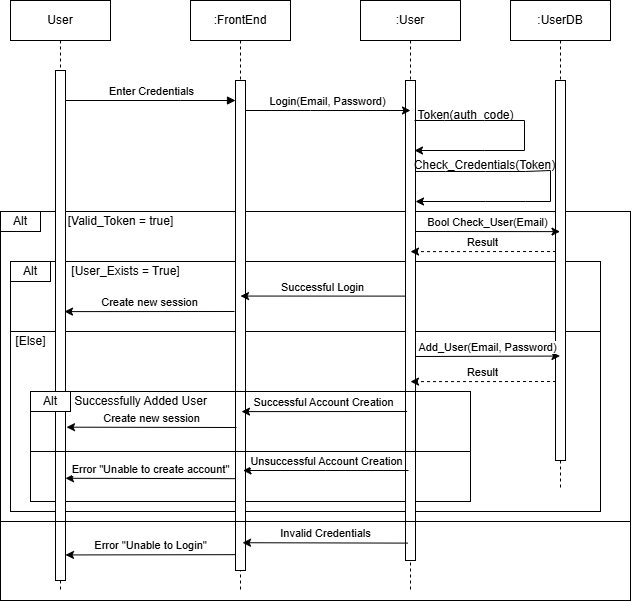
This is documentation/images/login_jog.drawio.png from TrailBlazersInc/TrailBlazers, a draw.io export, as it was before one commit. Source tidied: cells renumbered, new cells last; positions are measured from the earlier drawing's top-left corner, leaving out a move shared by most shapes.
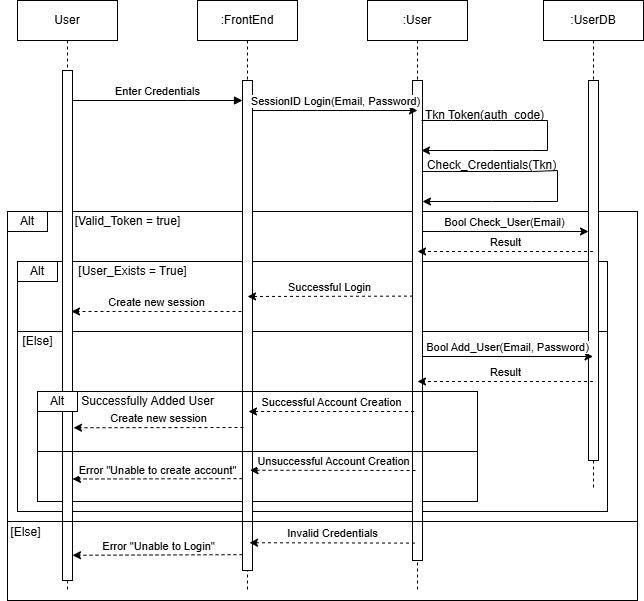
After the change.

Commit message:
Edited User Auth sequence diagrams

Diff of the diagram source:
```diff
@@ -40,7 +40,7 @@
     <mxCell id="12" style="html=1;perimeter=orthogonalPerimeter;targetShapes=umlLifeline;newEdgeStyle={&quot;edgeStyle&quot;:&quot;elbowEdgeStyle&quot;,&quot;elbow&quot;:&quot;vertical&quot;,&quot;curved&quot;:0,&quot;rounded&quot;:0};" parent="11" vertex="1">
       <mxGeometry x="45" y="80" width="10" height="480" as="geometry" />
     </mxCell>
-    <mxCell id="13" value="Login(Email, Password)" style="edgeStyle=elbowEdgeStyle;rounded=0;jettySize=auto;html=1;elbow=horizontal;curved=0;verticalAlign=bottom;" parent="1" edge="1" source="9">
+    <mxCell id="13" value="SessionID Login(Email, Password)" style="edgeStyle=elbowEdgeStyle;rounded=0;jettySize=auto;html=1;elbow=horizontal;curved=0;verticalAlign=bottom;" parent="1" edge="1" source="9">
       <mxGeometry relative="1" as="geometry">
         <mxPoint x="410" y="110" as="targetPoint" />
         <Array as="points">
@@ -49,39 +49,38 @@
       </mxGeometry>
     </mxCell>
     <mxCell id="14" value=":UserDB" style="shape=umlLifeline;perimeter=lifelinePerimeter;whiteSpace=wrap;html=1;outlineConnect=0;portConstraint=eastwest;newEdgeStyle={&quot;edgeStyle&quot;:&quot;elbowEdgeStyle&quot;,&quot;elbow&quot;:&quot;vertical&quot;,&quot;curved&quot;:0,&quot;rounded&quot;:0};" parent="1" vertex="1">
-      <mxGeometry x="510" width="100" height="490" as="geometry" />
+      <mxGeometry x="536" width="100" height="490" as="geometry" />
     </mxCell>
     <mxCell id="15" style="html=1;points=[];perimeter=orthogonalPerimeter;outlineConnect=0;targetShapes=umlLifeline;portConstraint=eastwest;newEdgeStyle={&quot;edgeStyle&quot;:&quot;elbowEdgeStyle&quot;,&quot;elbow&quot;:&quot;vertical&quot;,&quot;curved&quot;:0,&quot;rounded&quot;:0};" parent="14" vertex="1">
       <mxGeometry x="45" y="80" width="10" height="380" as="geometry" />
     </mxCell>
-    <mxCell id="16" value="Result" style="edgeStyle=elbowEdgeStyle;rounded=0;orthogonalLoop=1;jettySize=auto;html=1;elbow=vertical;curved=0;verticalAlign=bottom;dashed=1;" parent="1" edge="1">
+    <mxCell id="16" value="Result" style="edgeStyle=elbowEdgeStyle;rounded=0;jettySize=auto;html=1;elbow=vertical;curved=0;verticalAlign=bottom;dashed=1;" parent="1" edge="1" source="14">
       <mxGeometry relative="1" as="geometry">
-        <mxPoint x="555.5" y="251" as="sourcePoint" />
         <mxPoint x="410" y="251" as="targetPoint" />
       </mxGeometry>
     </mxCell>
     <mxCell id="17" style="rounded=0;whiteSpace=wrap;html=1;perimeterSpacing=1;gradientColor=none;fillColor=none;" parent="1" vertex="1">
       <mxGeometry x="30" y="391" width="440" height="60" as="geometry" />
     </mxCell>
-    <mxCell id="18" value="Successful Login" style="edgeStyle=elbowEdgeStyle;rounded=0;orthogonalLoop=1;jettySize=auto;html=1;elbow=vertical;curved=0;verticalAlign=bottom;" parent="1" edge="1">
+    <mxCell id="18" value="Successful Login" style="edgeStyle=elbowEdgeStyle;rounded=0;orthogonalLoop=1;jettySize=auto;html=1;elbow=vertical;curved=0;verticalAlign=bottom;dashed=1;" parent="1" edge="1">
       <mxGeometry relative="1" as="geometry">
         <mxPoint x="405.5" y="295.6" as="sourcePoint" />
         <mxPoint x="240" y="295.6" as="targetPoint" />
       </mxGeometry>
     </mxCell>
-    <mxCell id="19" value="Create new session" style="edgeStyle=elbowEdgeStyle;rounded=0;orthogonalLoop=1;jettySize=auto;html=1;elbow=vertical;curved=0;verticalAlign=bottom;" parent="1" edge="1">
+    <mxCell id="19" value="Create new session" style="edgeStyle=elbowEdgeStyle;rounded=0;orthogonalLoop=1;jettySize=auto;html=1;elbow=vertical;curved=0;verticalAlign=bottom;dashed=1;" parent="1" edge="1">
       <mxGeometry relative="1" as="geometry">
         <mxPoint x="234" y="311" as="sourcePoint" />
         <mxPoint x="64" y="311" as="targetPoint" />
       </mxGeometry>
     </mxCell>
-    <mxCell id="20" value="Unsuccessful Account Creation" style="edgeStyle=elbowEdgeStyle;rounded=0;orthogonalLoop=1;jettySize=auto;html=1;elbow=vertical;curved=0;verticalAlign=bottom;" parent="1" edge="1">
+    <mxCell id="20" value="Unsuccessful Account Creation" style="edgeStyle=elbowEdgeStyle;rounded=0;orthogonalLoop=1;jettySize=auto;html=1;elbow=vertical;curved=0;verticalAlign=bottom;dashed=1;" parent="1" edge="1">
       <mxGeometry relative="1" as="geometry">
         <mxPoint x="408" y="470" as="sourcePoint" />
         <mxPoint x="242.5" y="470" as="targetPoint" />
       </mxGeometry>
     </mxCell>
-    <mxCell id="21" value="Error &quot;Unable to create account&quot;" style="edgeStyle=elbowEdgeStyle;rounded=0;orthogonalLoop=1;jettySize=auto;html=1;elbow=vertical;curved=0;verticalAlign=bottom;" parent="1" edge="1">
+    <mxCell id="21" value="Error &quot;Unable to create account&quot;" style="edgeStyle=elbowEdgeStyle;rounded=0;orthogonalLoop=1;jettySize=auto;html=1;elbow=vertical;curved=0;verticalAlign=bottom;dashed=1;" parent="1" edge="1">
       <mxGeometry relative="1" as="geometry">
         <mxPoint x="235" y="478.2" as="sourcePoint" />
         <mxPoint x="65" y="478.2" as="targetPoint" />
@@ -98,21 +97,22 @@
           <mxPoint x="444" y="120" />
           <mxPoint x="484" y="120" />
           <mxPoint x="524" y="120" />
+          <mxPoint x="540" y="120" />
+          <mxPoint x="540" y="150" />
           <mxPoint x="524" y="150" />
           <mxPoint x="484" y="150" />
         </Array>
       </mxGeometry>
     </mxCell>
-    <mxCell id="24" value="Token(auth_code)" style="text;html=1;align=center;verticalAlign=middle;strokeColor=none;fillColor=none;" parent="1" vertex="1">
-      <mxGeometry x="405" y="100" width="120" height="30" as="geometry" />
+    <mxCell id="24" value="Tkn Token(auth_code)" style="text;html=1;align=center;verticalAlign=middle;strokeColor=none;fillColor=none;" parent="1" vertex="1">
+      <mxGeometry x="407" y="100" width="140" height="30" as="geometry" />
     </mxCell>
     <mxCell id="25" value="[User_Exists = True&lt;span style=&quot;background-color: initial;&quot;&gt;]&lt;/span&gt;" style="text;html=1;align=center;verticalAlign=middle;strokeColor=none;fillColor=none;" parent="1" vertex="1">
       <mxGeometry x="60" y="256" width="130" height="30" as="geometry" />
     </mxCell>
-    <mxCell id="26" value="Bool Check_User(Email)" style="edgeStyle=elbowEdgeStyle;rounded=0;orthogonalLoop=1;jettySize=auto;html=1;elbow=vertical;curved=0;verticalAlign=bottom;" parent="1" edge="1">
+    <mxCell id="26" value="Bool Check_User(Email)" style="edgeStyle=elbowEdgeStyle;rounded=0;jettySize=auto;html=1;elbow=vertical;curved=0;verticalAlign=bottom;" parent="1" edge="1" target="15">
       <mxGeometry relative="1" as="geometry">
         <mxPoint x="415" y="231" as="sourcePoint" />
-        <mxPoint x="559.5" y="231" as="targetPoint" />
       </mxGeometry>
     </mxCell>
     <mxCell id="27" value="Alt" style="rounded=0;whiteSpace=wrap;html=1;" parent="1" vertex="1">
@@ -121,25 +121,23 @@
     <mxCell id="28" value="[Else]" style="text;html=1;align=center;verticalAlign=middle;strokeColor=none;fillColor=none;" parent="1" vertex="1">
       <mxGeometry x="5" y="326" width="50" height="30" as="geometry" />
     </mxCell>
-    <mxCell id="29" value="Add_User(Email, Password)" style="edgeStyle=elbowEdgeStyle;rounded=0;orthogonalLoop=1;jettySize=auto;html=1;elbow=vertical;curved=0;verticalAlign=bottom;" parent="1" edge="1">
+    <mxCell id="29" value="Bool Add_User(Email, Password)" style="edgeStyle=elbowEdgeStyle;rounded=0;jettySize=auto;html=1;elbow=vertical;curved=0;verticalAlign=bottom;" parent="1" edge="1" target="14">
       <mxGeometry relative="1" as="geometry">
         <mxPoint x="415" y="356" as="sourcePoint" />
-        <mxPoint x="559.5" y="356" as="targetPoint" />
       </mxGeometry>
     </mxCell>
-    <mxCell id="30" value="Result" style="edgeStyle=elbowEdgeStyle;rounded=0;orthogonalLoop=1;jettySize=auto;html=1;elbow=vertical;curved=0;verticalAlign=bottom;dashed=1;" parent="1" edge="1">
+    <mxCell id="30" value="Result" style="edgeStyle=elbowEdgeStyle;rounded=0;jettySize=auto;html=1;elbow=vertical;curved=0;verticalAlign=bottom;dashed=1;" parent="1" edge="1" source="14">
       <mxGeometry relative="1" as="geometry">
-        <mxPoint x="555.5" y="381" as="sourcePoint" />
         <mxPoint x="410" y="381" as="targetPoint" />
       </mxGeometry>
     </mxCell>
-    <mxCell id="31" value="Successful Account Creation" style="edgeStyle=elbowEdgeStyle;rounded=0;orthogonalLoop=1;jettySize=auto;html=1;elbow=vertical;curved=0;verticalAlign=bottom;" parent="1" edge="1">
+    <mxCell id="31" value="Successful Account Creation" style="edgeStyle=elbowEdgeStyle;rounded=0;orthogonalLoop=1;jettySize=auto;html=1;elbow=vertical;curved=0;verticalAlign=bottom;dashed=1;" parent="1" edge="1">
       <mxGeometry relative="1" as="geometry">
         <mxPoint x="406.6" y="411" as="sourcePoint" />
         <mxPoint x="241" y="411" as="targetPoint" />
       </mxGeometry>
     </mxCell>
-    <mxCell id="32" value="Create new session" style="edgeStyle=elbowEdgeStyle;rounded=0;orthogonalLoop=1;jettySize=auto;html=1;elbow=vertical;curved=0;verticalAlign=bottom;" parent="1" edge="1">
+    <mxCell id="32" value="Create new session" style="edgeStyle=elbowEdgeStyle;rounded=0;orthogonalLoop=1;jettySize=auto;html=1;elbow=vertical;curved=0;verticalAlign=bottom;dashed=1;" parent="1" edge="1">
       <mxGeometry relative="1" as="geometry">
         <mxPoint x="236" y="427" as="sourcePoint" />
         <mxPoint x="66" y="427" as="targetPoint" />
@@ -169,23 +167,26 @@
         </Array>
       </mxGeometry>
     </mxCell>
-    <mxCell id="37" value="Check_Credentials(Token)" style="text;html=1;align=center;verticalAlign=middle;strokeColor=none;fillColor=none;" parent="1" vertex="1">
-      <mxGeometry x="404" y="150" width="160" height="30" as="geometry" />
+    <mxCell id="37" value="Check_Credentials(Tkn)" style="text;html=1;align=center;verticalAlign=middle;strokeColor=none;fillColor=none;" parent="1" vertex="1">
+      <mxGeometry x="409" y="150" width="150" height="30" as="geometry" />
     </mxCell>
     <mxCell id="38" style="rounded=0;whiteSpace=wrap;html=1;fillColor=none;" parent="1" vertex="1">
       <mxGeometry y="521" width="630" height="79" as="geometry" />
     </mxCell>
-    <mxCell id="39" value="Invalid Credentials" style="edgeStyle=elbowEdgeStyle;rounded=0;orthogonalLoop=1;jettySize=auto;html=1;elbow=vertical;curved=0;verticalAlign=bottom;" parent="1" edge="1">
+    <mxCell id="39" value="Invalid Credentials" style="edgeStyle=elbowEdgeStyle;rounded=0;orthogonalLoop=1;jettySize=auto;html=1;elbow=vertical;curved=0;verticalAlign=bottom;dashed=1;" parent="1" edge="1">
       <mxGeometry relative="1" as="geometry">
         <mxPoint x="407.5" y="542.6" as="sourcePoint" />
         <mxPoint x="242" y="542.6" as="targetPoint" />
       </mxGeometry>
     </mxCell>
-    <mxCell id="40" value="Error &quot;Unable to Login&quot;" style="edgeStyle=elbowEdgeStyle;rounded=0;orthogonalLoop=1;jettySize=auto;html=1;elbow=vertical;curved=0;verticalAlign=bottom;" parent="1" edge="1">
+    <mxCell id="40" value="Error &quot;Unable to Login&quot;" style="edgeStyle=elbowEdgeStyle;rounded=0;orthogonalLoop=1;jettySize=auto;html=1;elbow=vertical;curved=0;verticalAlign=bottom;dashed=1;" parent="1" edge="1">
       <mxGeometry relative="1" as="geometry">
         <mxPoint x="235" y="554.2" as="sourcePoint" />
         <mxPoint x="65" y="554.2" as="targetPoint" />
       </mxGeometry>
     </mxCell>
+    <mxCell id="41" value="[Else]" style="text;html=1;align=center;verticalAlign=middle;strokeColor=none;fillColor=none;" parent="1" vertex="1">
+      <mxGeometry x="-7" y="517" width="50" height="30" as="geometry" />
+    </mxCell>
   </root>
 </mxGraphModel>
```
